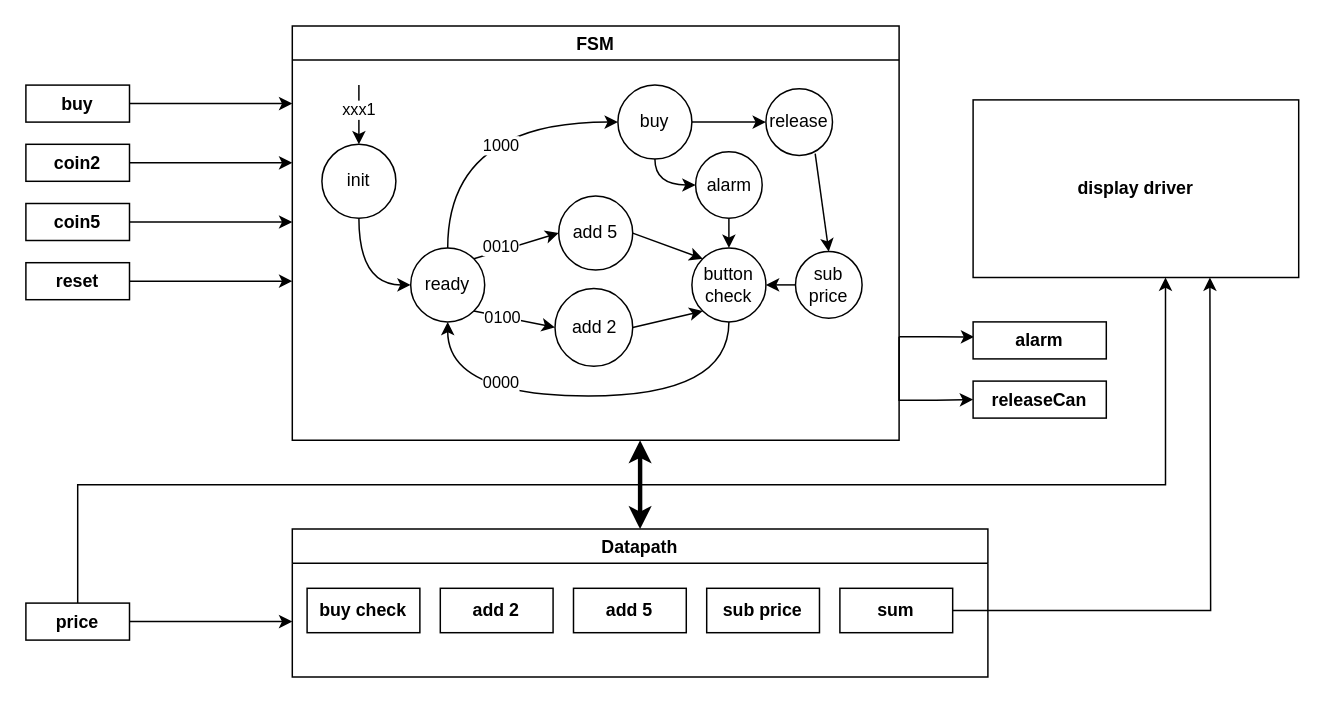
Above: FSM+DP.drawio in nemzyx/FPGA-pong (draw.io), before the change. Source tidied: cells renumbered, new cells numbered last; positions are measured from the earlier drawing's top-left corner, leaving out a move shared by most shapes. Both pictures are drawn from the tidied source at 148%, with x=0, y=0 at pixel (25, 25).
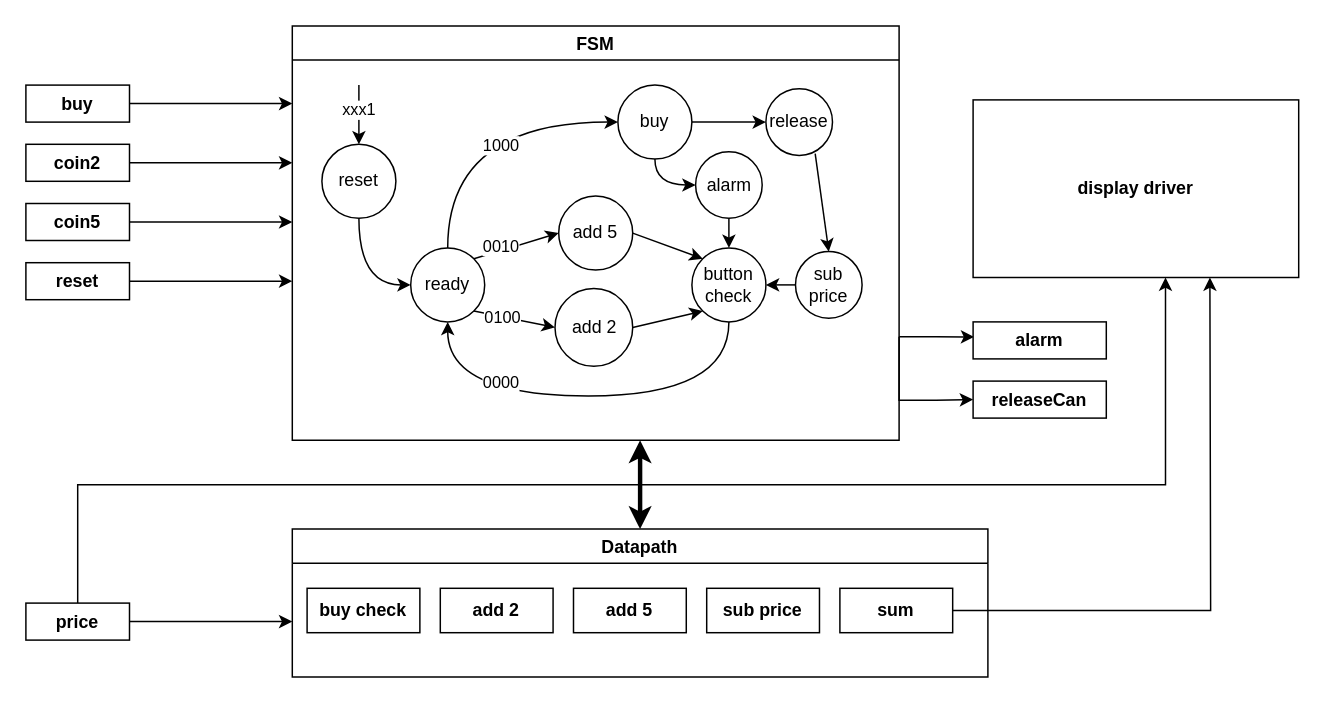
The same page after the edit.

The change refers to these unchanged cells:
```xml
<mxCell id="5" value="FSM" style="swimlane;" parent="1" vertex="1">
  <mxGeometry x="180" width="410" height="280" as="geometry" />
</mxCell>
```

Diff of the diagram source:
```diff
@@
-    <mxCell id="6" value="init" style="ellipse;whiteSpace=wrap;html=1;" parent="5" vertex="1">
+    <mxCell id="6" value="reset" style="ellipse;whiteSpace=wrap;html=1;" parent="5" vertex="1">
       <mxGeometry x="20" y="80" width="50" height="50" as="geometry" />
     </mxCell>
```
